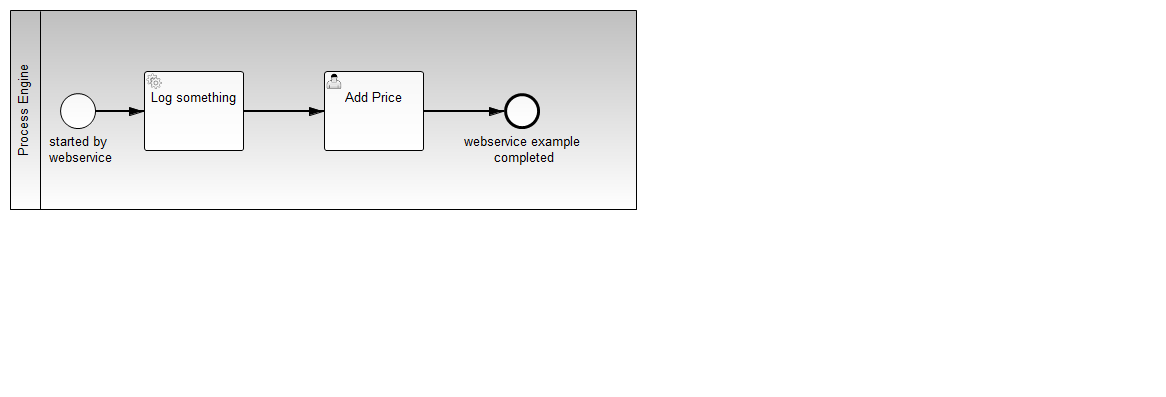
The BPMN diagram process-applications/webservice-example/src/main/resources/process.png in ingorichtsmeier/ingo-camunda-examples, before a commit. Its source is kept beside it as process-applications/webservice-example/src/main/resources/process.bpmn. Ids are renumbered. The source it was exported from:
```xml
<bpmn2:definitions xmlns:xsi="http://www.w3.org/2001/XMLSchema-instance" xmlns:bpmn2="http://www.omg.org/spec/BPMN/20100524/MODEL" xmlns:bpmndi="http://www.omg.org/spec/BPMN/20100524/DI" xmlns:camunda="http://activiti.org/bpmn" xmlns:dc="http://www.omg.org/spec/DD/20100524/DC" xmlns:di="http://www.omg.org/spec/DD/20100524/DI" xsi:schemaLocation="http://www.omg.org/spec/BPMN/20100524/MODEL BPMN20.xsd" id="Definitions_1" exporter="camunda modeler" exporterVersion="2.7.0" targetNamespace="http://www.example.org/bpmn">
  <bpmn2:collaboration id="Collaboration_1" name="Default Collaboration">
    <bpmn2:participant id="Process_Engine" name="Process Engine" processRef="webservice-example"/>
  </bpmn2:collaboration>
  <bpmn2:process id="webservice-example" name="webservice-example" isExecutable="true">
    <bpmn2:startEvent id="StartEvent_1" name="started by &#xD;&#xA;webservice">
      <bpmn2:outgoing>SequenceFlow_1</bpmn2:outgoing>
    </bpmn2:startEvent>
    <bpmn2:endEvent id="EndEvent_1" name="webservice example &#xD;&#xA;completed">
      <bpmn2:incoming>SequenceFlow_3</bpmn2:incoming>
    </bpmn2:endEvent>
    <bpmn2:sequenceFlow id="SequenceFlow_1" sourceRef="StartEvent_1" targetRef="ServiceTask_1"/>
    <bpmn2:serviceTask id="ServiceTask_1" camunda:delegateExpression="${logger}" name="Log something">
      <bpmn2:incoming>SequenceFlow_1</bpmn2:incoming>
      <bpmn2:outgoing>SequenceFlow_2</bpmn2:outgoing>
    </bpmn2:serviceTask>
    <bpmn2:sequenceFlow id="SequenceFlow_2" name="" sourceRef="ServiceTask_1" targetRef="UserTask_1"/>
    <bpmn2:userTask id="UserTask_1" name="Add Price">
      <bpmn2:incoming>SequenceFlow_2</bpmn2:incoming>
      <bpmn2:outgoing>SequenceFlow_3</bpmn2:outgoing>
    </bpmn2:userTask>
    <bpmn2:sequenceFlow id="SequenceFlow_3" name="" sourceRef="UserTask_1" targetRef="EndEvent_1"/>
  </bpmn2:process>
  <bpmndi:BPMNDiagram id="BPMNDiagram_1" name="Default Collaboration Diagram">
    <bpmndi:BPMNPlane id="BPMNPlane_1" bpmnElement="Collaboration_1">
      <bpmndi:BPMNShape id="BPMNShape_1" bpmnElement="Process_Engine" isHorizontal="true">
        <dc:Bounds height="200.0" width="627.0" x="10.0" y="10.0"/>
      </bpmndi:BPMNShape>
      <bpmndi:BPMNShape id="BPMNShape_StartEvent_1" bpmnElement="StartEvent_1">
        <dc:Bounds height="36.0" width="36.0" x="60.0" y="93.0"/>
        <bpmndi:BPMNLabel>
          <dc:Bounds height="38.0" width="78.0" x="42.0" y="131.0"/>
        </bpmndi:BPMNLabel>
      </bpmndi:BPMNShape>
      <bpmndi:BPMNShape id="BPMNShape_EndEvent_1" bpmnElement="EndEvent_1">
        <dc:Bounds height="36.0" width="36.0" x="504.0" y="93.0"/>
        <bpmndi:BPMNLabel>
          <dc:Bounds height="38.0" width="136.0" x="457.0" y="131.0"/>
        </bpmndi:BPMNLabel>
      </bpmndi:BPMNShape>
      <bpmndi:BPMNEdge id="BPMNEdge_SequenceFlow_1" bpmnElement="SequenceFlow_1" sourceElement="BPMNShape_StartEvent_1" targetElement="_BPMNShape_ServiceTask_4">
        <di:waypoint xsi:type="dc:Point" x="96.0" y="111.0"/>
        <di:waypoint xsi:type="dc:Point" x="144.0" y="111.0"/>
        <bpmndi:BPMNLabel>
          <dc:Bounds height="0.0" width="0.0" x="121.0" y="111.0"/>
        </bpmndi:BPMNLabel>
      </bpmndi:BPMNEdge>
      <bpmndi:BPMNShape id="_BPMNShape_ServiceTask_4" bpmnElement="ServiceTask_1">
        <dc:Bounds height="80.0" width="100.0" x="144.0" y="71.0"/>
      </bpmndi:BPMNShape>
      <bpmndi:BPMNEdge id="BPMNEdge_SequenceFlow_2" bpmnElement="SequenceFlow_2" sourceElement="_BPMNShape_ServiceTask_4" targetElement="_BPMNShape_UserTask_4">
        <di:waypoint xsi:type="dc:Point" x="244.0" y="111.0"/>
        <di:waypoint xsi:type="dc:Point" x="324.0" y="111.0"/>
        <bpmndi:BPMNLabel>
          <dc:Bounds height="6.0" width="6.0" x="270.0" y="111.0"/>
        </bpmndi:BPMNLabel>
      </bpmndi:BPMNEdge>
      <bpmndi:BPMNShape id="_BPMNShape_UserTask_4" bpmnElement="UserTask_1">
        <dc:Bounds height="80.0" width="100.0" x="324.0" y="71.0"/>
      </bpmndi:BPMNShape>
      <bpmndi:BPMNEdge id="BPMNEdge_SequenceFlow_3" bpmnElement="SequenceFlow_3" sourceElement="_BPMNShape_UserTask_4" targetElement="BPMNShape_EndEvent_1">
        <di:waypoint xsi:type="dc:Point" x="424.0" y="111.0"/>
        <di:waypoint xsi:type="dc:Point" x="504.0" y="111.0"/>
        <bpmndi:BPMNLabel>
          <dc:Bounds height="6.0" width="6.0" x="474.0" y="111.0"/>
        </bpmndi:BPMNLabel>
      </bpmndi:BPMNEdge>
    </bpmndi:BPMNPlane>
  </bpmndi:BPMNDiagram>
</bpmn2:definitions>
```
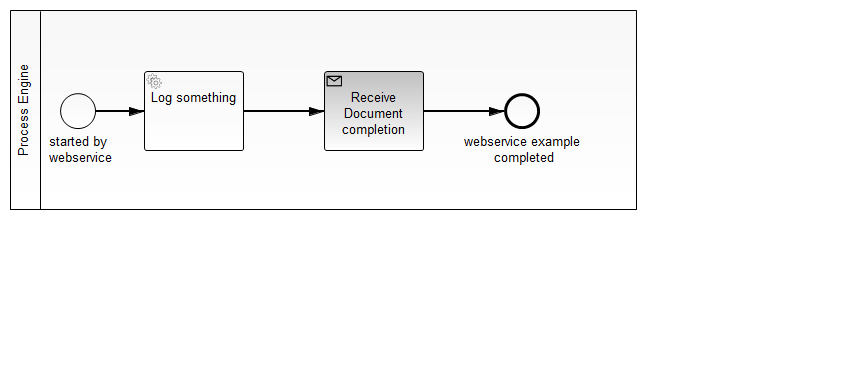
Later version of the same file.

What changed in the source:
```diff
@@ -15,12 +15,13 @@
       <bpmn2:outgoing>SequenceFlow_2</bpmn2:outgoing>
     </bpmn2:serviceTask>
     <bpmn2:sequenceFlow id="SequenceFlow_2" name="" sourceRef="ServiceTask_1" targetRef="UserTask_1"/>
-    <bpmn2:userTask id="UserTask_1" name="Add Price">
+    <bpmn2:receiveTask id="UserTask_1" name="Receive Document completion" messageRef="Message_1">
       <bpmn2:incoming>SequenceFlow_2</bpmn2:incoming>
       <bpmn2:outgoing>SequenceFlow_3</bpmn2:outgoing>
-    </bpmn2:userTask>
+    </bpmn2:receiveTask>
     <bpmn2:sequenceFlow id="SequenceFlow_3" name="" sourceRef="UserTask_1" targetRef="EndEvent_1"/>
   </bpmn2:process>
+  <bpmn2:message id="Message_1" name="document_complete_message"/>
   <bpmndi:BPMNDiagram id="BPMNDiagram_1" name="Default Collaboration Diagram">
     <bpmndi:BPMNPlane id="BPMNPlane_1" bpmnElement="Collaboration_1">
       <bpmndi:BPMNShape id="BPMNShape_1" bpmnElement="Process_Engine" isHorizontal="true">
```
